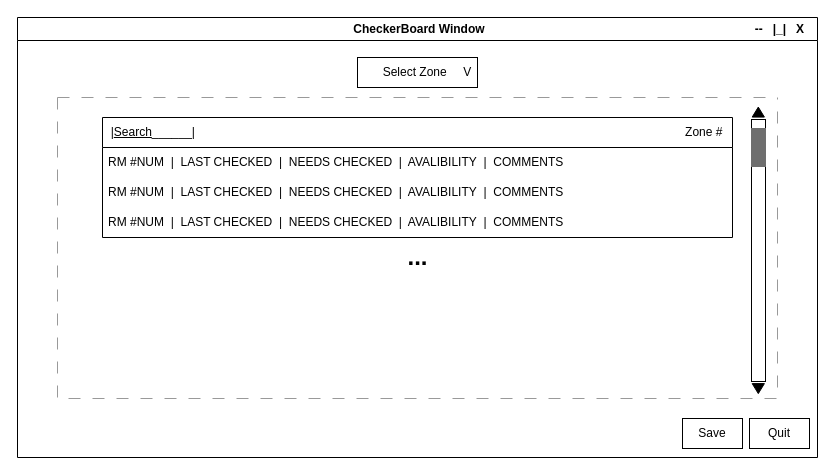
abryan9/checkerBoard keeps this draw.io diagram as UML/raw_files/WIndow_Diagram.drawio. Above is the earlier version. Source tidied: cells renumbered, new cells numbered last; positions are measured from the earlier drawing's top-left corner, leaving out a move shared by most shapes. Both pictures are drawn from the tidied source at 100%, with x=0, y=0 at pixel (17, 17).
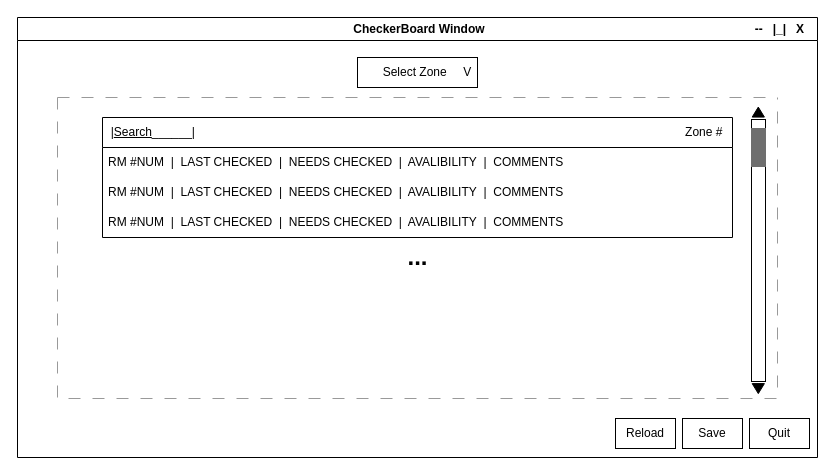
After the change.

The edit, as a diff of the source:
```diff
@@
 <mxGraphModel>
   <root>
     <mxCell id="0" />
     <mxCell id="1" parent="0" />
     <mxCell id="2" value="&amp;nbsp; &amp;nbsp; &amp;nbsp; &amp;nbsp; &amp;nbsp; &amp;nbsp; &amp;nbsp; &amp;nbsp; &amp;nbsp; &amp;nbsp; &amp;nbsp; &amp;nbsp; &amp;nbsp; &amp;nbsp; &amp;nbsp; &amp;nbsp; &amp;nbsp; &amp;nbsp; &amp;nbsp; &amp;nbsp; &amp;nbsp; &amp;nbsp; &amp;nbsp; &amp;nbsp; &amp;nbsp; &amp;nbsp; &amp;nbsp; &amp;nbsp; &amp;nbsp; &amp;nbsp; &amp;nbsp; &amp;nbsp; &amp;nbsp; &amp;nbsp; &amp;nbsp; &amp;nbsp; &amp;nbsp; &amp;nbsp; &amp;nbsp; &amp;nbsp; &amp;nbsp; &amp;nbsp; &amp;nbsp; &amp;nbsp; &amp;nbsp; &amp;nbsp; &amp;nbsp; &amp;nbsp; &amp;nbsp;CheckerBoard Window&amp;nbsp; &amp;nbsp; &amp;nbsp; &amp;nbsp; &amp;nbsp; &amp;nbsp; &amp;nbsp; &amp;nbsp; &amp;nbsp; &amp;nbsp; &amp;nbsp; &amp;nbsp; &amp;nbsp; &amp;nbsp; &amp;nbsp; &amp;nbsp; &amp;nbsp; &amp;nbsp; &amp;nbsp; &amp;nbsp; &amp;nbsp; &amp;nbsp; &amp;nbsp; &amp;nbsp; &amp;nbsp; &amp;nbsp; &amp;nbsp; &amp;nbsp; &amp;nbsp; &amp;nbsp; &amp;nbsp; &amp;nbsp; &amp;nbsp; &amp;nbsp; &amp;nbsp; &amp;nbsp; &amp;nbsp; &amp;nbsp; &amp;nbsp; &amp;nbsp; &amp;nbsp;--&amp;nbsp; &amp;nbsp;|_|&amp;nbsp; &amp;nbsp;X" style="swimlane;whiteSpace=wrap;html=1;" parent="1" vertex="1">
       <mxGeometry width="800" height="440" as="geometry" />
     </mxCell>
     <mxCell id="3" value="&amp;nbsp; &amp;nbsp; &amp;nbsp; Select Zone&amp;nbsp; &amp;nbsp; &amp;nbsp;V" style="rounded=0;whiteSpace=wrap;html=1;" parent="2" vertex="1">
       <mxGeometry x="340" y="40" width="120" height="30" as="geometry" />
     </mxCell>
     <mxCell id="4" style="swimlane;startSize=0;strokeColor=#999999;dashed=1;dashPattern=12 12;" parent="2" vertex="1">
       <mxGeometry x="40" y="80" width="720" height="301" as="geometry" />
     </mxCell>
     <mxCell id="5" value="&amp;nbsp; |&lt;u&gt;Search&lt;/u&gt;______|&amp;nbsp; &amp;nbsp; &amp;nbsp; &amp;nbsp; &amp;nbsp; &amp;nbsp; &amp;nbsp; &amp;nbsp; &amp;nbsp; &amp;nbsp; &amp;nbsp; &amp;nbsp; &amp;nbsp; &amp;nbsp; &amp;nbsp; &amp;nbsp; &amp;nbsp; &amp;nbsp; &amp;nbsp; &amp;nbsp; &amp;nbsp; &amp;nbsp; &amp;nbsp; &amp;nbsp; &amp;nbsp; &amp;nbsp; &amp;nbsp; &amp;nbsp; &amp;nbsp; &amp;nbsp; &amp;nbsp; &amp;nbsp; &amp;nbsp; &amp;nbsp; &amp;nbsp; &amp;nbsp; &amp;nbsp; &amp;nbsp; &amp;nbsp; &amp;nbsp; &amp;nbsp; &amp;nbsp; &amp;nbsp; &amp;nbsp; &amp;nbsp; &amp;nbsp; &amp;nbsp; &amp;nbsp; &amp;nbsp; &amp;nbsp; &amp;nbsp; &amp;nbsp; &amp;nbsp; &amp;nbsp; &amp;nbsp; &amp;nbsp; &amp;nbsp; &amp;nbsp; &amp;nbsp; &amp;nbsp; &amp;nbsp; &amp;nbsp; &amp;nbsp; &amp;nbsp; &amp;nbsp; &amp;nbsp; &amp;nbsp; &amp;nbsp; &amp;nbsp; &amp;nbsp; &amp;nbsp; &amp;nbsp; &amp;nbsp; &amp;nbsp;Zone #" style="swimlane;fontStyle=0;horizontal=1;startSize=30;whiteSpace=wrap;html=1;align=left;" parent="4" vertex="1">
       <mxGeometry x="45" y="20" width="630" height="120" as="geometry" />
     </mxCell>
     <mxCell id="6" value="RM #NUM&amp;nbsp; |&amp;nbsp; LAST CHECKED&amp;nbsp; |&amp;nbsp; NEEDS CHECKED&amp;nbsp; |&amp;nbsp; AVALIBILITY&amp;nbsp; |&amp;nbsp; COMMENTS" style="text;strokeColor=none;fillColor=none;align=left;verticalAlign=middle;spacingLeft=4;spacingRight=4;overflow=hidden;whiteSpace=wrap;html=1;" parent="5" vertex="1">
       <mxGeometry y="30" width="630" height="30" as="geometry" />
     </mxCell>
     <mxCell id="7" value="RM #NUM&amp;nbsp; |&amp;nbsp; LAST CHECKED&amp;nbsp; |&amp;nbsp; NEEDS CHECKED&amp;nbsp; |&amp;nbsp; AVALIBILITY&amp;nbsp; |&amp;nbsp; COMMENTS" style="text;strokeColor=none;fillColor=none;align=left;verticalAlign=middle;spacingLeft=4;spacingRight=4;overflow=hidden;whiteSpace=wrap;html=1;" parent="5" vertex="1">
       <mxGeometry y="60" width="630" height="30" as="geometry" />
     </mxCell>
     <mxCell id="8" value="RM #NUM&amp;nbsp; |&amp;nbsp; LAST CHECKED&amp;nbsp; |&amp;nbsp; NEEDS CHECKED&amp;nbsp; |&amp;nbsp; AVALIBILITY&amp;nbsp; |&amp;nbsp; COMMENTS" style="text;strokeColor=none;fillColor=none;align=left;verticalAlign=middle;spacingLeft=4;spacingRight=4;overflow=hidden;whiteSpace=wrap;html=1;" parent="5" vertex="1">
       <mxGeometry y="90" width="630" height="30" as="geometry" />
     </mxCell>
     <mxCell id="9" value="&lt;b&gt;&lt;font style=&quot;font-size: 24px;&quot;&gt;...&lt;/font&gt;&lt;/b&gt;" style="text;html=1;align=center;verticalAlign=middle;strokeColor=none;fillColor=none;" parent="4" vertex="1">
       <mxGeometry x="340" y="140" width="40" height="40" as="geometry" />
     </mxCell>
     <mxCell id="10" style="triangle;whiteSpace=wrap;html=1;rotation=-90;fillColor=#000000;" parent="4" vertex="1">
       <mxGeometry x="695.8" y="8.5" width="10" height="12.2" as="geometry" />
     </mxCell>
     <mxCell id="11" value="Save" style="rounded=0;whiteSpace=wrap;html=1;" parent="2" vertex="1">
       <mxGeometry x="665" y="401" width="60" height="30" as="geometry" />
     </mxCell>
     <mxCell id="12" value="Quit" style="rounded=0;whiteSpace=wrap;html=1;" parent="2" vertex="1">
       <mxGeometry x="732" y="401" width="60" height="30" as="geometry" />
     </mxCell>
+    <mxCell id="16" value="Reload" style="rounded=0;whiteSpace=wrap;html=1;" parent="2" vertex="1">
+      <mxGeometry x="598" y="401" width="60" height="30" as="geometry" />
+    </mxCell>
     <mxCell id="13" style="rounded=0;whiteSpace=wrap;html=1;" parent="1" vertex="1">
       <mxGeometry x="734" y="102" width="14" height="262" as="geometry" />
     </mxCell>
     <mxCell id="14" style="rounded=0;whiteSpace=wrap;html=1;fillColor=#6E6E6E;fontColor=#333333;strokeColor=#6E6E6E;" parent="1" vertex="1">
       <mxGeometry x="734" y="111" width="14" height="38" as="geometry" />
     </mxCell>
     <mxCell id="15" style="triangle;whiteSpace=wrap;html=1;rotation=-90;fillColor=#000000;direction=west;" parent="1" vertex="1">
       <mxGeometry x="735.8" y="365" width="10" height="12.2" as="geometry" />
     </mxCell>
   </root>
 </mxGraphModel>
```
